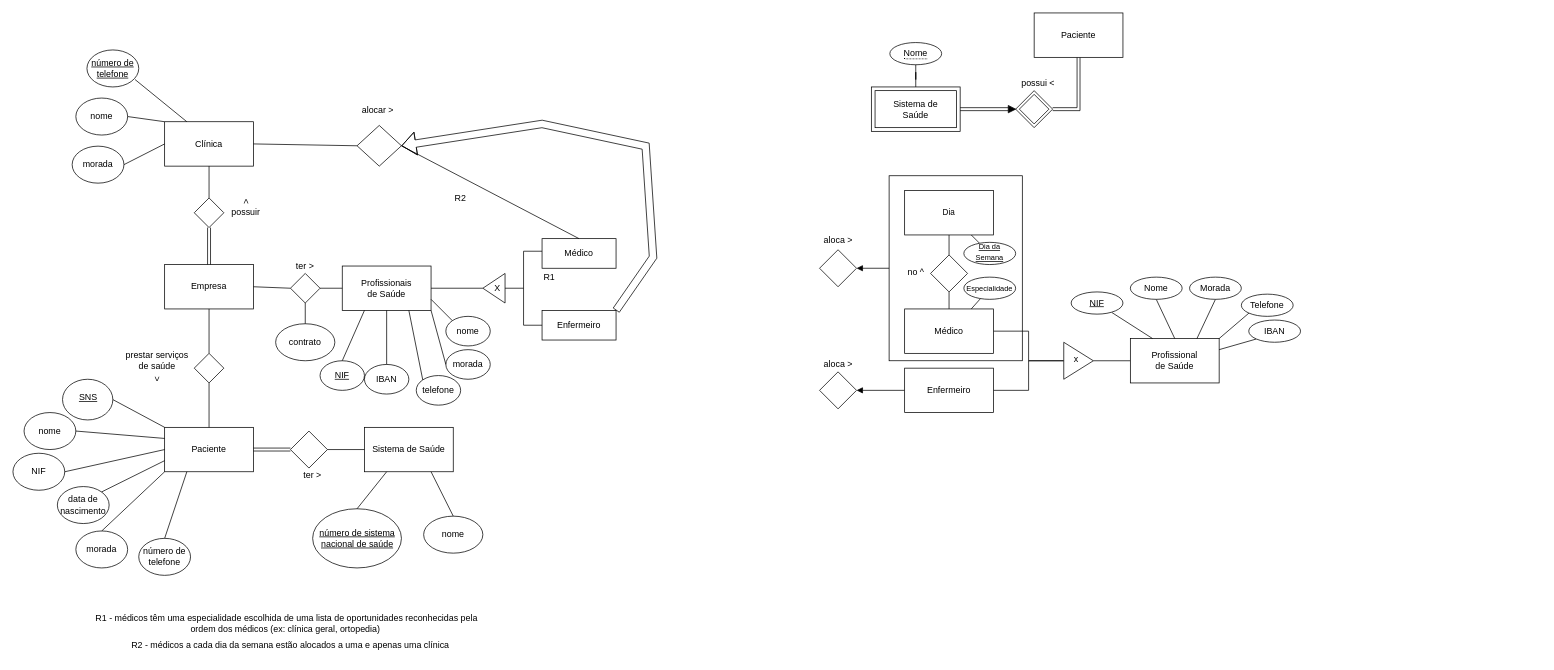
This is p01/EA-Diagram.drawio from SrGesus/bd-projects-23, a draw.io file, before an edit. Source tidied: cells renumbered, new cells numbered last; positions are measured from the earlier drawing's top-left corner, leaving out a move shared by most shapes. Both pictures are drawn from the tidied source at 74%, with x=0, y=0 at pixel (13, 13).
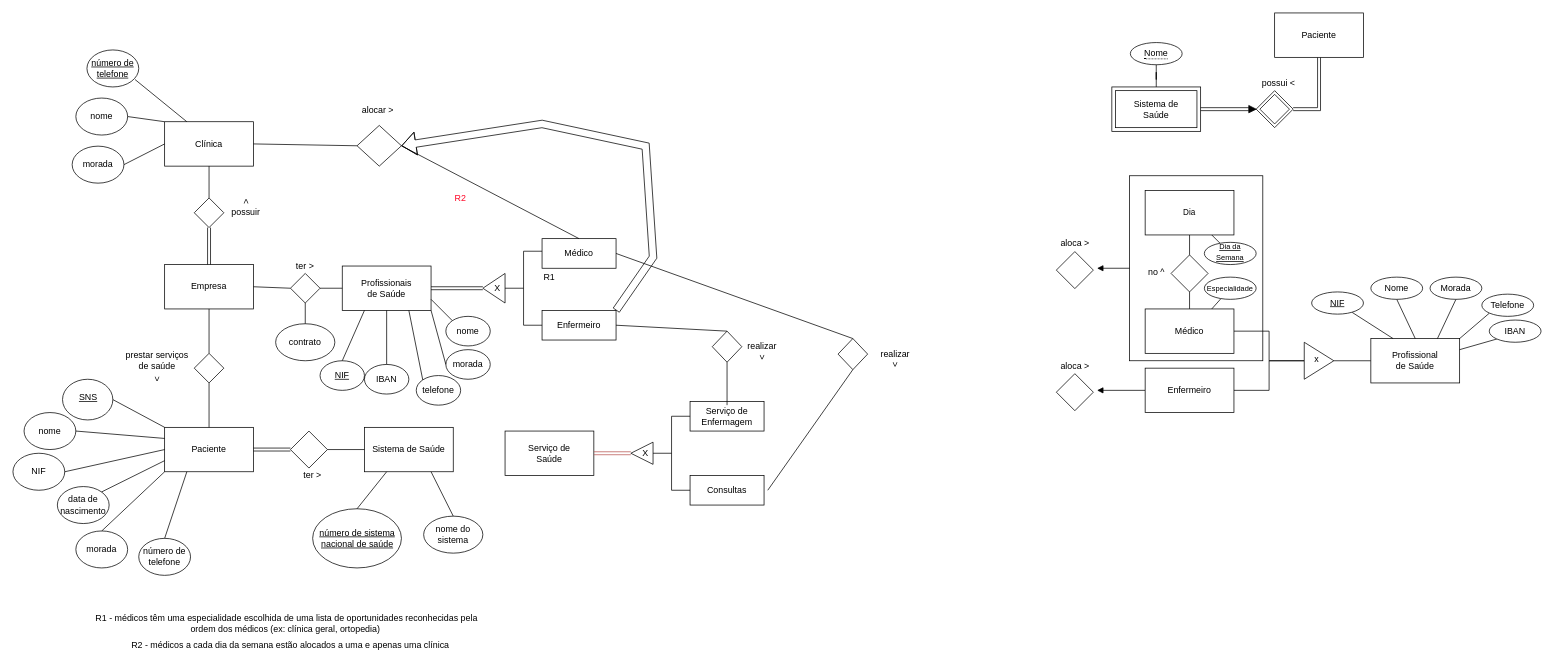
The same page after the edit.

Unchanged cells that the change refers to:
```xml
<mxCell id="64" style="rounded=0;whiteSpace=wrap;html=1;fillColor=none;" parent="1" vertex="1">
  <mxGeometry x="445" y="342" width="120" height="60" as="geometry" />
</mxCell>
<mxCell id="88" style="triangle;whiteSpace=wrap;html=1;rotation=-180;fillColor=none;" parent="1" vertex="1">
  <mxGeometry x="635" y="352" width="30" height="40" as="geometry" />
</mxCell>
<mxCell id="92" style="rounded=0;whiteSpace=wrap;html=1;fillColor=none;" parent="1" vertex="1">
  <mxGeometry x="715" y="305" width="100" height="40" as="geometry" />
</mxCell>
<mxCell id="93" style="rounded=0;whiteSpace=wrap;html=1;fillColor=none;" parent="1" vertex="1">
  <mxGeometry x="715" y="402" width="100" height="40" as="geometry" />
</mxCell>
```

What changed in the source:
```diff
@@
     <mxCell id="3" value="Paciente" style="whiteSpace=wrap;html=1;" parent="1" vertex="1">
-      <mxGeometry x="1380" width="120" height="60" as="geometry" />
+      <mxGeometry x="1705" width="120" height="60" as="geometry" />
     </mxCell>
     <mxCell id="4" style="rhombus;whiteSpace=wrap;html=1;" parent="1" vertex="1">
-      <mxGeometry x="1090" y="485" width="50" height="50" as="geometry" />
+      <mxGeometry x="1410" y="487.5" width="50" height="50" as="geometry" />
     </mxCell>
     <mxCell id="5" style="group;fillColor=none;" parent="1" vertex="1">
-      <mxGeometry x="1355" y="105" width="50" height="50" as="geometry" />
+      <mxGeometry x="1680" y="105" width="50" height="50" as="geometry" />
     </mxCell>
@@
     <mxCell id="8" style="group;" parent="1" vertex="1">
-      <mxGeometry x="1160" y="100" width="120" height="60" as="geometry" />
+      <mxGeometry x="1485" y="100" width="120" height="60" as="geometry" />
     </mxCell>
@@
     <mxCell id="11" value="&lt;span style=&quot;border-bottom: 1px dotted&quot;&gt;Nome&lt;/span&gt;" style="ellipse;whiteSpace=wrap;html=1;align=center;" parent="1" vertex="1">
-      <mxGeometry x="1185" y="40" width="70" height="30" as="geometry" />
+      <mxGeometry x="1510" y="40" width="70" height="30" as="geometry" />
     </mxCell>
@@
     <mxCell id="13" value="possui &amp;lt;" style="text;html=1;align=center;verticalAlign=middle;strokeColor=none;fillColor=none;" parent="1" vertex="1">
-      <mxGeometry x="1350" y="80" width="70" height="30" as="geometry" />
+      <mxGeometry x="1675" y="80" width="70" height="30" as="geometry" />
     </mxCell>
     <mxCell id="14" style="rounded=0;jettySize=auto;html=1;shape=link;flowAnimation=0;shadow=0;noJump=0;" parent="1" edge="1" target="15">
       <mxGeometry relative="1" as="geometry">
-        <mxPoint x="1280" y="130" as="sourcePoint" />
+        <mxPoint x="1605" y="130" as="sourcePoint" />
       </mxGeometry>
     </mxCell>
     <mxCell id="15" style="triangle;whiteSpace=wrap;html=1;fillColor=#000000;" parent="1" vertex="1">
-      <mxGeometry x="1345" y="125" width="10" height="10" as="geometry" />
+      <mxGeometry x="1670" y="125" width="10" height="10" as="geometry" />
     </mxCell>
@@
     <mxCell id="18" value="Profissional&lt;br&gt;de Saúde" style="whiteSpace=wrap;html=1;" parent="1" vertex="1">
-      <mxGeometry x="1510" y="440" width="120" height="60" as="geometry" />
+      <mxGeometry x="1835" y="440" width="120" height="60" as="geometry" />
     </mxCell>
@@
     <mxCell id="21" value="Médico" style="whiteSpace=wrap;html=1;" parent="1" vertex="1">
-      <mxGeometry x="1205" y="400" width="120" height="60" as="geometry" />
+      <mxGeometry x="1530" y="400" width="120" height="60" as="geometry" />
     </mxCell>
@@
-    <mxCell id="23" style="edgeStyle=none;rounded=0;jettySize=auto;html=1;entryX=1;entryY=0.5;entryDx=0;entryDy=0;strokeColor=default;align=center;verticalAlign=middle;fontFamily=Helvetica;fontSize=11;fontColor=default;labelBackgroundColor=default;endArrow=block;endFill=1;" parent="1" edge="1" source="24" target="4">
-      <mxGeometry relative="1" as="geometry" />
+    <mxCell id="23" style="edgeStyle=none;rounded=0;jettySize=auto;html=1;entryX=1;entryY=0.5;entryDx=0;entryDy=0;strokeColor=default;align=center;verticalAlign=middle;fontFamily=Helvetica;fontSize=11;fontColor=default;labelBackgroundColor=default;endArrow=block;endFill=1;" parent="1" edge="1" source="24">
+      <mxGeometry relative="1" as="geometry">
+        <mxPoint x="1465" y="510" as="targetPoint" />
+      </mxGeometry>
     </mxCell>
     <mxCell id="24" value="Enfermeiro" style="whiteSpace=wrap;html=1;" parent="1" vertex="1">
-      <mxGeometry x="1205" y="480" width="120" height="60" as="geometry" />
+      <mxGeometry x="1530" y="480" width="120" height="60" as="geometry" />
     </mxCell>
     <mxCell id="25" value="x" style="triangle;whiteSpace=wrap;html=1;verticalAlign=middle;align=left;spacingTop=2;spacingBottom=6;spacingLeft=11;spacing=3;" parent="1" vertex="1">
-      <mxGeometry x="1420" y="445" width="40" height="50" as="geometry" />
+      <mxGeometry x="1745" y="445" width="40" height="50" as="geometry" />
     </mxCell>
@@
     <mxCell id="27" value="NIF" style="ellipse;whiteSpace=wrap;html=1;align=center;fontStyle=4;" parent="1" vertex="1">
-      <mxGeometry x="1430" y="377" width="70" height="30" as="geometry" />
+      <mxGeometry x="1755" y="377" width="70" height="30" as="geometry" />
     </mxCell>
@@
     <mxCell id="29" value="Nome" style="ellipse;whiteSpace=wrap;html=1;align=center;fontStyle=0;" parent="1" vertex="1">
-      <mxGeometry x="1510" y="357" width="70" height="30" as="geometry" />
+      <mxGeometry x="1835" y="357" width="70" height="30" as="geometry" />
     </mxCell>
@@
     <mxCell id="31" value="Morada" style="ellipse;whiteSpace=wrap;html=1;align=center;fontStyle=0;" parent="1" vertex="1">
-      <mxGeometry x="1590" y="357" width="70" height="30" as="geometry" />
+      <mxGeometry x="1915" y="357" width="70" height="30" as="geometry" />
     </mxCell>
@@
     <mxCell id="33" value="Telefone" style="ellipse;whiteSpace=wrap;html=1;align=center;fontStyle=0;" parent="1" vertex="1">
-      <mxGeometry x="1660" y="380" width="70" height="30" as="geometry" />
+      <mxGeometry x="1985" y="380" width="70" height="30" as="geometry" />
     </mxCell>
@@
     <mxCell id="35" value="IBAN" style="ellipse;whiteSpace=wrap;html=1;align=center;fontStyle=0;" parent="1" vertex="1">
-      <mxGeometry x="1670" y="415" width="70" height="30" as="geometry" />
+      <mxGeometry x="1995" y="415" width="70" height="30" as="geometry" />
     </mxCell>
@@
     <mxCell id="37" value="&lt;font style=&quot;font-size: 10px;&quot;&gt;Especialidade&lt;/font&gt;" style="ellipse;whiteSpace=wrap;html=1;align=center;fontStyle=0;" parent="1" vertex="1">
-      <mxGeometry x="1285" y="357" width="70" height="30" as="geometry" />
+      <mxGeometry x="1610" y="357" width="70" height="30" as="geometry" />
     </mxCell>
@@
     <mxCell id="39" style="rhombus;whiteSpace=wrap;html=1;" parent="1" vertex="1">
-      <mxGeometry x="1090" y="320" width="50" height="50" as="geometry" />
+      <mxGeometry x="1410" y="322.5" width="50" height="50" as="geometry" />
     </mxCell>
     <mxCell id="40" value="aloca &amp;gt;" style="text;html=1;align=center;verticalAlign=middle;strokeColor=none;fillColor=none;" parent="1" vertex="1">
-      <mxGeometry x="1085" y="460" width="60" height="30" as="geometry" />
+      <mxGeometry x="1405" y="462.5" width="60" height="30" as="geometry" />
     </mxCell>
     <mxCell id="41" value="aloca &amp;gt;" style="text;html=1;align=center;verticalAlign=middle;strokeColor=none;fillColor=none;" parent="1" vertex="1">
-      <mxGeometry x="1085" y="292" width="60" height="30" as="geometry" />
+      <mxGeometry x="1405" y="297" width="60" height="30" as="geometry" />
     </mxCell>
     <mxCell id="42" style="rhombus;whiteSpace=wrap;html=1;" parent="1" vertex="1">
-      <mxGeometry x="1240" y="327" width="50" height="50" as="geometry" />
+      <mxGeometry x="1565" y="327" width="50" height="50" as="geometry" />
     </mxCell>
@@
     <mxCell id="45" value="Dia" style="whiteSpace=wrap;html=1;fontFamily=Helvetica;fontSize=11;fontColor=default;labelBackgroundColor=default;" parent="1" vertex="1">
-      <mxGeometry x="1205" y="240" width="120" height="60" as="geometry" />
+      <mxGeometry x="1530" y="240" width="120" height="60" as="geometry" />
     </mxCell>
     <mxCell id="46" value="no ^" style="text;html=1;align=center;verticalAlign=middle;strokeColor=none;fillColor=none;" parent="1" vertex="1">
-      <mxGeometry x="1195" y="335" width="50" height="30" as="geometry" />
+      <mxGeometry x="1520" y="335" width="50" height="30" as="geometry" />
     </mxCell>
     <mxCell id="47" value="&lt;font style=&quot;font-size: 10px;&quot;&gt;Dia da&lt;br&gt;Semana&lt;br&gt;&lt;/font&gt;" style="ellipse;whiteSpace=wrap;html=1;align=center;fontStyle=4;verticalAlign=bottom;" parent="1" vertex="1">
-      <mxGeometry x="1285" y="310" width="70" height="30" as="geometry" />
+      <mxGeometry x="1610" y="310" width="70" height="30" as="geometry" />
     </mxCell>
-    <mxCell id="48" style="edgeStyle=none;rounded=0;jettySize=auto;html=1;entryX=1;entryY=0.5;entryDx=0;entryDy=0;strokeColor=default;align=center;verticalAlign=middle;fontFamily=Helvetica;fontSize=11;fontColor=default;labelBackgroundColor=default;endArrow=block;endFill=1;" parent="1" edge="1" source="49" target="39">
-      <mxGeometry relative="1" as="geometry" />
+    <mxCell id="48" style="edgeStyle=none;rounded=0;jettySize=auto;html=1;entryX=1;entryY=0.5;entryDx=0;entryDy=0;strokeColor=default;align=center;verticalAlign=middle;fontFamily=Helvetica;fontSize=11;fontColor=default;labelBackgroundColor=default;endArrow=block;endFill=1;" parent="1" edge="1" source="49">
+      <mxGeometry relative="1" as="geometry">
+        <mxPoint x="1465" y="345" as="targetPoint" />
+      </mxGeometry>
     </mxCell>
     <mxCell id="49" style="whiteSpace=wrap;html=1;fontFamily=Helvetica;fontSize=11;fontColor=default;labelBackgroundColor=default;fillColor=none;" parent="1" vertex="1">
-      <mxGeometry x="1184" y="220" width="180" height="250" as="geometry" />
+      <mxGeometry x="1509" y="220" width="180" height="250" as="geometry" />
     </mxCell>
@@
-    <mxCell id="89" style="endArrow=none;html=1;rounded=0;exitX=1;exitY=0.5;exitDx=0;exitDy=0;entryX=1;entryY=0.5;entryDx=0;entryDy=0;" parent="1" edge="1" source="64" target="88">
-      <mxGeometry relative="1" as="geometry" />
-    </mxCell>
-    <mxCell id="90" value="X" style="text;html=1;align=center;verticalAlign=middle;whiteSpace=wrap;rounded=0;" parent="1" vertex="1">
-      <mxGeometry x="625" y="357" width="60" height="30" as="geometry" />
-    </mxCell>
@@
-    <mxCell id="104" value="R2" style="text;html=1;align=center;verticalAlign=middle;whiteSpace=wrap;rounded=0;" parent="1" vertex="1">
+    <mxCell id="104" value="&lt;font color=&quot;#ff0324&quot;&gt;R2&lt;/font&gt;" style="text;html=1;align=center;verticalAlign=middle;whiteSpace=wrap;rounded=0;" parent="1" vertex="1">
       <mxGeometry x="585" y="235" width="40" height="30" as="geometry" />
     </mxCell>
@@
-    <mxCell id="138" value="nome" style="text;html=1;align=center;verticalAlign=middle;whiteSpace=wrap;rounded=0;" parent="1" vertex="1">
+    <mxCell id="138" value="nome do sistema" style="text;html=1;align=center;verticalAlign=middle;whiteSpace=wrap;rounded=0;" parent="1" vertex="1">
       <mxGeometry x="565" y="690" width="60" height="30" as="geometry" />
     </mxCell>
@@
+    <mxCell id="90" value="X" style="text;html=1;align=center;verticalAlign=middle;whiteSpace=wrap;rounded=0;" parent="1" vertex="1">
+      <mxGeometry x="645" y="368.5" width="20" height="7" as="geometry" />
+    </mxCell>
+    <mxCell id="89" style="shape=link;html=1;rounded=0;exitX=1;exitY=0.5;exitDx=0;exitDy=0;entryX=1;entryY=0.5;entryDx=0;entryDy=0;" parent="1" edge="1" source="64" target="88">
+      <mxGeometry relative="1" as="geometry" />
+    </mxCell>
+    <mxCell id="142" style="rounded=0;whiteSpace=wrap;html=1;fillColor=none;" parent="1" vertex="1">
+      <mxGeometry x="665" y="565" width="120" height="60" as="geometry" />
+    </mxCell>
+    <mxCell id="143" value="Serviço de Saúde" style="text;html=1;align=center;verticalAlign=middle;whiteSpace=wrap;rounded=0;" parent="1" vertex="1">
+      <mxGeometry x="680" y="580" width="90" height="30" as="geometry" />
+    </mxCell>
+    <mxCell id="144" style="strokeWidth=1;html=1;shape=mxgraph.flowchart.annotation_2;align=left;labelPosition=right;" parent="1" vertex="1">
+      <mxGeometry x="865" y="545" width="50" height="100" as="geometry" />
+    </mxCell>
+    <mxCell id="145" style="rounded=0;whiteSpace=wrap;html=1;fillColor=none;" parent="1" vertex="1">
+      <mxGeometry x="915" y="525" width="100" height="40" as="geometry" />
+    </mxCell>
+    <mxCell id="146" style="rounded=0;whiteSpace=wrap;html=1;fillColor=none;" parent="1" vertex="1">
+      <mxGeometry x="915" y="625" width="100" height="40" as="geometry" />
+    </mxCell>
+    <mxCell id="147" value="Serviço de Enfermagem" style="text;html=1;align=center;verticalAlign=middle;whiteSpace=wrap;rounded=0;" parent="1" vertex="1">
+      <mxGeometry x="910" y="530" width="110" height="30" as="geometry" />
+    </mxCell>
+    <mxCell id="148" value="Consultas" style="text;html=1;align=center;verticalAlign=middle;whiteSpace=wrap;rounded=0;" parent="1" vertex="1">
+      <mxGeometry x="910" y="630" width="110" height="30" as="geometry" />
+    </mxCell>
+    <mxCell id="149" value="X" style="text;html=1;align=center;verticalAlign=middle;whiteSpace=wrap;rounded=0;" parent="1" vertex="1">
+      <mxGeometry x="845" y="591.5" width="20" height="7" as="geometry" />
+    </mxCell>
+    <mxCell id="150" style="triangle;whiteSpace=wrap;html=1;direction=west;fillColor=none;" parent="1" vertex="1">
+      <mxGeometry x="835" y="580" width="30" height="30" as="geometry" />
+    </mxCell>
+    <mxCell id="151" style="shape=link;html=1;rounded=0;entryX=1;entryY=0.5;entryDx=0;entryDy=0;exitX=1;exitY=0.5;exitDx=0;exitDy=0;fillColor=#f8cecc;strokeColor=#b85450;" parent="1" edge="1" source="142" target="150">
+      <mxGeometry relative="1" as="geometry" />
+    </mxCell>
+    <mxCell id="152" style="rhombus;whiteSpace=wrap;html=1;fillColor=none;" parent="1" vertex="1">
+      <mxGeometry x="1115" y="440" width="40" height="42" as="geometry" />
+    </mxCell>
+    <mxCell id="153" value="realizar" style="text;html=1;align=center;verticalAlign=middle;whiteSpace=wrap;rounded=0;direction=south;" parent="1" vertex="1">
+      <mxGeometry x="1155" y="446" width="75" height="30" as="geometry" />
+    </mxCell>
+    <mxCell id="154" style="endArrow=none;html=1;rounded=0;exitX=1;exitY=0.5;exitDx=0;exitDy=0;entryX=0.5;entryY=0;entryDx=0;entryDy=0;" parent="1" edge="1" source="92" target="152">
+      <mxGeometry relative="1" as="geometry" />
+    </mxCell>
+    <mxCell id="155" value="&amp;gt;" style="text;html=1;align=center;verticalAlign=middle;whiteSpace=wrap;rounded=0;rotation=90;" parent="1" vertex="1">
+      <mxGeometry x="1177.5" y="460" width="30" height="30" as="geometry" />
+    </mxCell>
+    <mxCell id="156" style="endArrow=none;html=1;rounded=0;entryX=0.5;entryY=1;entryDx=0;entryDy=0;exitX=1;exitY=0.5;exitDx=0;exitDy=0;" parent="1" edge="1" source="148" target="152">
+      <mxGeometry relative="1" as="geometry" />
+    </mxCell>
+    <mxCell id="157" style="rhombus;whiteSpace=wrap;html=1;fillColor=none;" parent="1" vertex="1">
+      <mxGeometry x="945" y="430" width="40" height="42" as="geometry" />
+    </mxCell>
+    <mxCell id="158" value="realizar" style="text;html=1;align=center;verticalAlign=middle;whiteSpace=wrap;rounded=0;direction=south;" parent="1" vertex="1">
+      <mxGeometry x="975" y="436" width="75" height="30" as="geometry" />
+    </mxCell>
+    <mxCell id="159" value="&amp;gt;" style="text;html=1;align=center;verticalAlign=middle;whiteSpace=wrap;rounded=0;rotation=90;" parent="1" vertex="1">
+      <mxGeometry x="997.5" y="450" width="30" height="30" as="geometry" />
+    </mxCell>
+    <mxCell id="160" style="endArrow=none;html=1;rounded=0;exitX=1;exitY=0.5;exitDx=0;exitDy=0;entryX=0.5;entryY=0;entryDx=0;entryDy=0;" parent="1" edge="1" source="93" target="157">
+      <mxGeometry relative="1" as="geometry" />
+    </mxCell>
+    <mxCell id="161" style="endArrow=none;html=1;rounded=0;entryX=0.5;entryY=1;entryDx=0;entryDy=0;exitX=0.5;exitY=0;exitDx=0;exitDy=0;" parent="1" edge="1" source="147" target="157">
+      <mxGeometry relative="1" as="geometry" />
+    </mxCell>
```
